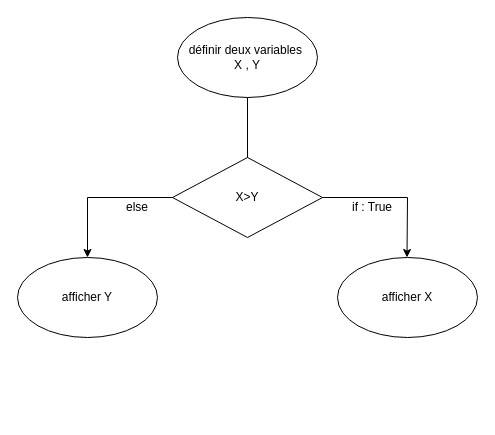
The draw.io diagram Untitled Diagram.drawio in Baroka-wp/algorithmes, before the edit. Source tidied: cells renumbered, new cells numbered last; positions are measured from the earlier drawing's top-left corner, leaving out a move shared by most shapes. Both pictures are drawn from the tidied source at 100%, with x=0, y=0 at pixel (17, 17).
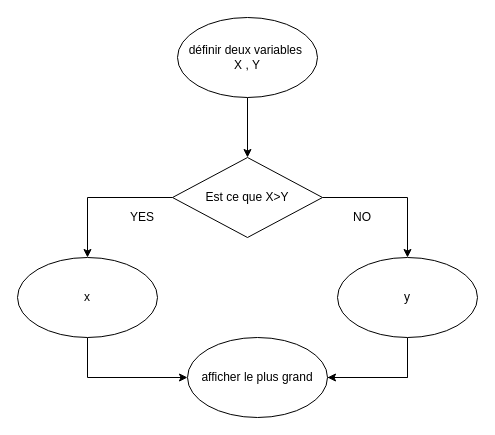
Above is the later version.

What changed in the source:
```diff
@@
 <mxGraphModel>
   <root>
     <mxCell id="0" />
     <mxCell id="1" parent="0" />
+    <mxCell id="14" style="edgeStyle=orthogonalEdgeStyle;rounded=0;jettySize=auto;html=1;exitX=0.5;exitY=1;exitDx=0;exitDy=0;strokeColor=#000000;" parent="1" edge="1" source="2" target="3">
+      <mxGeometry relative="1" as="geometry" />
+    </mxCell>
     <mxCell id="2" value="définir deux variables&amp;nbsp;&lt;br&gt;X , Y" style="ellipse;whiteSpace=wrap;html=1;" parent="1" vertex="1">
       <mxGeometry x="160" width="140" height="80" as="geometry" />
     </mxCell>
+    <mxCell id="15" style="edgeStyle=orthogonalEdgeStyle;rounded=0;jettySize=auto;html=1;exitX=1;exitY=0.5;exitDx=0;exitDy=0;entryX=0.5;entryY=0;entryDx=0;entryDy=0;strokeColor=#000000;" parent="1" edge="1" source="3" target="8">
+      <mxGeometry relative="1" as="geometry" />
+    </mxCell>
+    <mxCell id="16" style="edgeStyle=orthogonalEdgeStyle;rounded=0;jettySize=auto;html=1;exitX=0;exitY=0.5;exitDx=0;exitDy=0;entryX=0.5;entryY=0;entryDx=0;entryDy=0;strokeColor=#000000;" parent="1" edge="1" source="3" target="4">
+      <mxGeometry relative="1" as="geometry" />
+    </mxCell>
-    <mxCell id="3" value="X&amp;gt;Y" style="rhombus;whiteSpace=wrap;html=1;" parent="1" vertex="1">
+    <mxCell id="3" value="Est ce que X&amp;gt;Y" style="rhombus;whiteSpace=wrap;html=1;" parent="1" vertex="1">
       <mxGeometry x="155" y="140" width="150" height="80" as="geometry" />
     </mxCell>
+    <mxCell id="17" style="edgeStyle=orthogonalEdgeStyle;rounded=0;jettySize=auto;html=1;exitX=0.5;exitY=1;exitDx=0;exitDy=0;strokeColor=#000000;" parent="1" edge="1" source="4" target="20">
+      <mxGeometry relative="1" as="geometry" />
+    </mxCell>
-    <mxCell id="4" value="afficher Y" style="ellipse;whiteSpace=wrap;html=1;" parent="1" vertex="1">
+    <mxCell id="4" value="x" style="ellipse;whiteSpace=wrap;html=1;" parent="1" vertex="1">
       <mxGeometry y="240" width="140" height="80" as="geometry" />
     </mxCell>
-    <mxCell id="5" style="endArrow=none;html=1;entryX=0;entryY=0.5;entryDx=0;entryDy=0;strokeColor=#000000;" parent="1" edge="1" target="3">
-      <mxGeometry relative="1" as="geometry">
-        <mxPoint x="70" y="180" as="sourcePoint" />
-      </mxGeometry>
-    </mxCell>
-    <mxCell id="6" style="endArrow=none;html=1;entryX=0;entryY=0.5;entryDx=0;entryDy=0;strokeColor=#000000;" parent="1" edge="1" target="3">
-      <mxGeometry relative="1" as="geometry">
-        <mxPoint x="90" y="180" as="sourcePoint" />
-      </mxGeometry>
-    </mxCell>
-    <mxCell id="7" style="endArrow=none;html=1;strokeColor=#000000;entryX=1;entryY=0.5;entryDx=0;entryDy=0;" parent="1" edge="1" target="3">
-      <mxGeometry relative="1" as="geometry">
-        <mxPoint x="390" y="180" as="sourcePoint" />
-      </mxGeometry>
-    </mxCell>
+    <mxCell id="18" style="edgeStyle=orthogonalEdgeStyle;rounded=0;jettySize=auto;html=1;exitX=0.5;exitY=1;exitDx=0;exitDy=0;entryX=1;entryY=0.5;entryDx=0;entryDy=0;strokeColor=#000000;" parent="1" edge="1" source="8" target="20">
+      <mxGeometry relative="1" as="geometry" />
+    </mxCell>
-    <mxCell id="8" value="afficher X" style="ellipse;whiteSpace=wrap;html=1;" parent="1" vertex="1">
+    <mxCell id="8" value="y" style="ellipse;whiteSpace=wrap;html=1;" parent="1" vertex="1">
       <mxGeometry x="320" y="240" width="140" height="80" as="geometry" />
     </mxCell>
-    <mxCell id="9" style="endArrow=classic;html=1;strokeColor=#000000;" parent="1" edge="1">
-      <mxGeometry relative="1" as="geometry">
-        <mxPoint x="70" y="180" as="sourcePoint" />
-        <mxPoint x="70" y="240" as="targetPoint" />
-      </mxGeometry>
-    </mxCell>
-    <mxCell id="10" style="endArrow=classic;html=1;strokeColor=#000000;" parent="1" edge="1">
-      <mxGeometry relative="1" as="geometry">
-        <mxPoint x="390" y="180" as="sourcePoint" />
-        <mxPoint x="389.5" y="240" as="targetPoint" />
-      </mxGeometry>
-    </mxCell>
-    <mxCell id="11" style="endArrow=none;html=1;strokeColor=#000000;entryX=0.5;entryY=1;entryDx=0;entryDy=0;exitX=0.5;exitY=0;exitDx=0;exitDy=0;" parent="1" edge="1" source="3" target="2">
-      <mxGeometry relative="1" as="geometry" />
-    </mxCell>
-    <mxCell id="12" value="if : True" style="text;html=1;strokeColor=none;fillColor=none;align=center;verticalAlign=middle;whiteSpace=wrap;rounded=0;" parent="1" vertex="1">
-      <mxGeometry x="320" y="180" width="70" height="20" as="geometry" />
+    <mxCell id="12" value="NO" style="text;html=1;strokeColor=none;fillColor=none;align=center;verticalAlign=middle;whiteSpace=wrap;rounded=0;" parent="1" vertex="1">
+      <mxGeometry x="310" y="190" width="70" height="20" as="geometry" />
     </mxCell>
-    <mxCell id="13" value="else" style="text;html=1;strokeColor=none;fillColor=none;align=center;verticalAlign=middle;whiteSpace=wrap;rounded=0;" parent="1" vertex="1">
-      <mxGeometry x="85" y="180" width="70" height="20" as="geometry" />
+    <mxCell id="13" value="YES" style="text;html=1;strokeColor=none;fillColor=none;align=center;verticalAlign=middle;whiteSpace=wrap;rounded=0;" parent="1" vertex="1">
+      <mxGeometry x="90" y="190" width="70" height="20" as="geometry" />
     </mxCell>
+    <mxCell id="19" style="endArrow=none;html=1;strokeColor=#000000;" parent="1" edge="1" target="20">
+      <mxGeometry relative="1" as="geometry">
+        <mxPoint x="390" y="360" as="sourcePoint" />
+      </mxGeometry>
+    </mxCell>
+    <mxCell id="20" value="afficher le plus grand" style="ellipse;whiteSpace=wrap;html=1;" parent="1" vertex="1">
+      <mxGeometry x="170" y="320" width="140" height="80" as="geometry" />
+    </mxCell>
   </root>
 </mxGraphModel>
```
